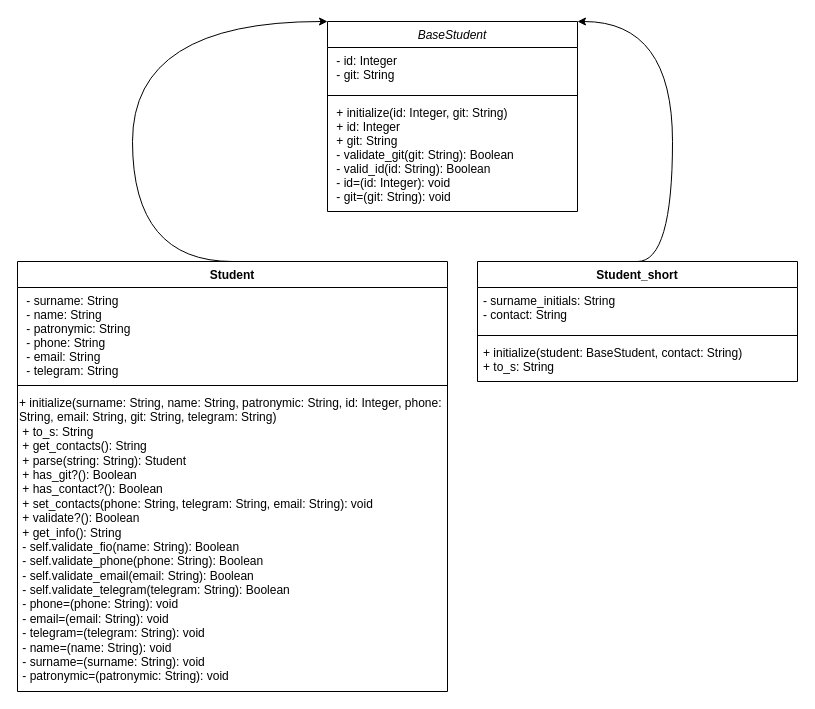
Earlier version of the draw.io diagram student/student class uml.drawio (Extrafly1/paterns-project). Source tidied: cells renumbered, new cells numbered last; positions are measured from the earlier drawing's top-left corner, leaving out a move shared by most shapes. Both pictures are drawn from the tidied source at 100%, with x=0, y=0 at pixel (17, 21).
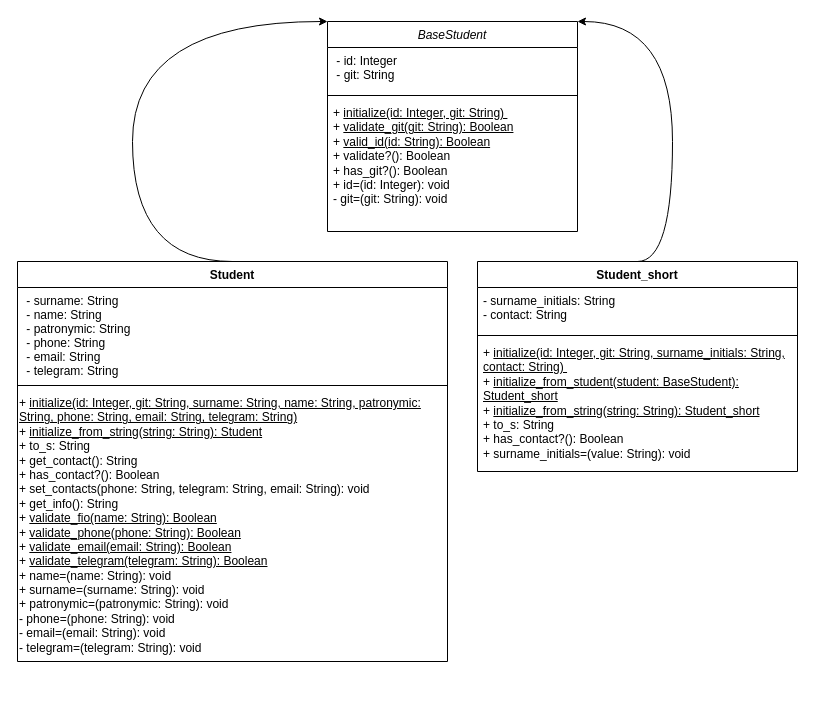
The same page after the edit.

The edit, as a diff of the source:
```diff
@@
 <mxGraphModel>
   <root>
     <mxCell id="0" />
     <mxCell id="1" parent="0" />
     <mxCell id="2" style="edgeStyle=orthogonalEdgeStyle;rounded=0;jettySize=auto;html=1;exitX=0;exitY=0;exitDx=0;exitDy=0;entryX=0.5;entryY=0;entryDx=0;entryDy=0;curved=1;startArrow=classic;startFill=1;endArrow=none;endFill=0;" parent="1" edge="1" source="4" target="8">
       <mxGeometry relative="1" as="geometry">
         <Array as="points">
           <mxPoint x="115" />
         </Array>
       </mxGeometry>
     </mxCell>
     <mxCell id="3" style="edgeStyle=orthogonalEdgeStyle;rounded=0;jettySize=auto;html=1;exitX=1;exitY=0;exitDx=0;exitDy=0;entryX=0.5;entryY=0;entryDx=0;entryDy=0;endArrow=none;endFill=0;curved=1;startArrow=classic;startFill=1;" parent="1" edge="1" source="4" target="12">
       <mxGeometry relative="1" as="geometry">
         <Array as="points">
           <mxPoint x="655" />
         </Array>
       </mxGeometry>
     </mxCell>
     <mxCell id="4" value="BaseStudent" style="swimlane;fontStyle=2;align=center;verticalAlign=top;horizontal=1;startSize=26;rounded=0;shadow=0;strokeWidth=1;" parent="1" vertex="1">
-      <mxGeometry x="310" width="250" height="190" as="geometry" />
+      <mxGeometry x="310" width="250" height="210" as="geometry" />
     </mxCell>
     <mxCell id="5" value=" - id: Integer  &#10; - git: String " style="text;align=left;verticalAlign=top;spacingLeft=4;spacingRight=4;overflow=hidden;" parent="4" vertex="1">
       <mxGeometry y="26" width="250" height="44" as="geometry" />
     </mxCell>
     <mxCell id="6" style="line;html=1;strokeWidth=1;align=left;verticalAlign=middle;spacingTop=-1;spacingLeft=3;spacingRight=3;labelPosition=right;" parent="4" vertex="1">
       <mxGeometry y="70" width="250" height="8" as="geometry" />
     </mxCell>
-    <mxCell id="7" value=" + initialize(id: Integer, git: String) &#10; + id: Integer    &#10; + git: String    &#10; - validate_git(git: String): Boolean    &#10; - valid_id(id: String): Boolean          &#10; - id=(id: Integer): void                 &#10; - git=(git: String): void " style="text;align=left;verticalAlign=top;spacingLeft=4;spacingRight=4;overflow=hidden;spacingBottom=0;" parent="4" vertex="1">
-      <mxGeometry y="78" width="250" height="112" as="geometry" />
-    </mxCell>
+    <mxCell id="16" value="&lt;span style=&quot;text-wrap: nowrap;&quot;&gt;+ &lt;u&gt;initialize(id: Integer, git: String)&amp;nbsp;&lt;/u&gt;&lt;/span&gt;&lt;br style=&quot;padding: 0px; margin: 0px; text-wrap: nowrap;&quot;&gt;&lt;span style=&quot;text-wrap: nowrap;&quot;&gt;+ &lt;u&gt;validate_git(git: String): Boolean&lt;/u&gt;&amp;nbsp; &amp;nbsp;&amp;nbsp;&lt;/span&gt;&lt;br style=&quot;padding: 0px; margin: 0px; text-wrap: nowrap;&quot;&gt;&lt;span style=&quot;text-wrap: nowrap;&quot;&gt;+ &lt;u&gt;valid_id(id: String): Boolean&lt;/u&gt;&amp;nbsp; &amp;nbsp; &amp;nbsp; &amp;nbsp; &amp;nbsp;&lt;/span&gt;&lt;br style=&quot;padding: 0px; margin: 0px; text-wrap: nowrap;&quot;&gt;&lt;span style=&quot;text-wrap: nowrap;&quot;&gt;+ validate?(): Boolean&amp;nbsp; &amp;nbsp; &amp;nbsp; &amp;nbsp; &amp;nbsp; &amp;nbsp; &amp;nbsp; &amp;nbsp; &amp;nbsp;&amp;nbsp;&lt;/span&gt;&lt;br style=&quot;padding: 0px; margin: 0px; text-wrap: nowrap;&quot;&gt;&lt;span style=&quot;text-wrap: nowrap;&quot;&gt;+ has_git?(): Boolean&amp;nbsp; &amp;nbsp; &amp;nbsp; &amp;nbsp; &amp;nbsp; &amp;nbsp; &amp;nbsp; &amp;nbsp; &amp;nbsp; &amp;nbsp;&lt;/span&gt;&lt;br style=&quot;padding: 0px; margin: 0px; text-wrap: nowrap;&quot;&gt;&lt;span style=&quot;text-wrap: nowrap;&quot;&gt;+ id=(id: Integer): void&amp;nbsp; &amp;nbsp; &amp;nbsp; &amp;nbsp; &amp;nbsp; &amp;nbsp; &amp;nbsp; &amp;nbsp;&amp;nbsp;&lt;/span&gt;&lt;br style=&quot;padding: 0px; margin: 0px; text-wrap: nowrap;&quot;&gt;&lt;span style=&quot;text-wrap: nowrap;&quot;&gt;- git=(git: String): void&lt;/span&gt;" style="text;strokeColor=none;fillColor=none;align=left;verticalAlign=top;spacingLeft=4;spacingRight=4;overflow=hidden;whiteSpace=wrap;html=1;" parent="4" vertex="1">
+      <mxGeometry y="78" width="250" height="112" as="geometry" />
+    </mxCell>
     <mxCell id="8" value="Student" style="swimlane;fontStyle=1;align=center;verticalAlign=top;horizontal=1;startSize=26;whiteSpace=wrap;html=1;" parent="1" vertex="1">
-      <mxGeometry y="240" width="430" height="430" as="geometry" />
+      <mxGeometry y="240" width="430" height="400" as="geometry" />
     </mxCell>
     <mxCell id="9" value=" - surname: String &#10; - name: String    &#10; - patronymic: String &#10; - phone: String   &#10; - email: String   &#10; - telegram: String " style="text;align=left;verticalAlign=top;spacingLeft=4;spacingRight=4;overflow=hidden;rounded=0;shadow=0;html=0;" parent="8" vertex="1">
       <mxGeometry y="26" width="430" height="94" as="geometry" />
     </mxCell>
     <mxCell id="10" style="line;strokeWidth=1;fillColor=none;align=left;verticalAlign=middle;spacingTop=-1;spacingLeft=3;spacingRight=3;labelPosition=right;strokeColor=inherit;" parent="8" vertex="1">
       <mxGeometry y="120" width="430" height="8" as="geometry" />
     </mxCell>
-    <mxCell id="11" value="+ initialize(surname: String, name: String, patronymic: String, id: Integer, phone: String, email: String, git: String, telegram: String)&amp;nbsp;&lt;br style=&quot;padding: 0px; margin: 0px;&quot;&gt;&amp;nbsp;+ to_s: String&amp;nbsp; &amp;nbsp;&amp;nbsp;&lt;br style=&quot;padding: 0px; margin: 0px;&quot;&gt;&amp;nbsp;+ get_contacts(): String&amp;nbsp;&lt;br style=&quot;padding: 0px; margin: 0px;&quot;&gt;&amp;nbsp;+ parse(string: String): Student&amp;nbsp;&lt;br style=&quot;padding: 0px; margin: 0px;&quot;&gt;&amp;nbsp;+ has_git?(): Boolean&amp;nbsp;&lt;br style=&quot;padding: 0px; margin: 0px;&quot;&gt;&amp;nbsp;+ has_contact?(): Boolean&amp;nbsp;&lt;br style=&quot;padding: 0px; margin: 0px;&quot;&gt;&amp;nbsp;+ set_contacts(phone: String, telegram: String, email: String): void&amp;nbsp;&lt;br style=&quot;padding: 0px; margin: 0px;&quot;&gt;&amp;nbsp;+ validate?(): Boolean&amp;nbsp;&lt;br style=&quot;padding: 0px; margin: 0px;&quot;&gt;&amp;nbsp;+ get_info(): String&amp;nbsp;&lt;div&gt;&amp;nbsp;- self.validate_fio(name: String): Boolean&amp;nbsp;&lt;br style=&quot;padding: 0px; margin: 0px;&quot;&gt;&amp;nbsp;- self.validate_phone(phone: String): Boolean&amp;nbsp;&lt;br style=&quot;padding: 0px; margin: 0px;&quot;&gt;&amp;nbsp;- self.validate_email(email: String): Boolean&amp;nbsp;&lt;br style=&quot;padding: 0px; margin: 0px;&quot;&gt;&amp;nbsp;- self.validate_telegram(telegram: String): Boolean&amp;nbsp;&lt;br style=&quot;padding: 0px; margin: 0px;&quot;&gt;&amp;nbsp;- phone=(phone: String): void&amp;nbsp;&lt;br style=&quot;padding: 0px; margin: 0px;&quot;&gt;&amp;nbsp;- email=(email: String): void&amp;nbsp;&lt;br style=&quot;padding: 0px; margin: 0px;&quot;&gt;&amp;nbsp;- telegram=(telegram: String): void&amp;nbsp;&lt;br style=&quot;padding: 0px; margin: 0px;&quot;&gt;&amp;nbsp;- name=(name: String): void&amp;nbsp;&lt;br style=&quot;padding: 0px; margin: 0px;&quot;&gt;&amp;nbsp;- surname=(surname: String): void&amp;nbsp;&lt;br style=&quot;padding: 0px; margin: 0px;&quot;&gt;&amp;nbsp;- patronymic=(patronymic: String): void&lt;br&gt;&lt;/div&gt;" style="text;whiteSpace=wrap;html=1;" parent="8" vertex="1">
-      <mxGeometry y="128" width="430" height="302" as="geometry" />
+    <mxCell id="11" value="&lt;div&gt;&lt;div&gt;+ &lt;u&gt;initialize(id: Integer, git: String, surname: String, name: String, patronymic: String, phone: String, email: String, telegram: String)&lt;/u&gt;&amp;nbsp;&lt;/div&gt;&lt;div&gt;+ &lt;u&gt;initialize_from_string(string: String): Student&lt;/u&gt;&amp;nbsp;&lt;/div&gt;&lt;div&gt;+ to_s: String&amp;nbsp; &amp;nbsp; &amp;nbsp;&amp;nbsp;&lt;/div&gt;&lt;div&gt;+ get_contact(): String&amp;nbsp;&lt;/div&gt;&lt;div&gt;+ has_contact?(): Boolean&amp;nbsp;&lt;/div&gt;&lt;div&gt;+ set_contacts(phone: String, telegram: String, email: String): void&amp;nbsp;&lt;/div&gt;&lt;div&gt;+ get_info(): String&amp;nbsp;&lt;/div&gt;&lt;div&gt;+ &lt;u&gt;validate_fio(name: String): Boolean&lt;/u&gt;&amp;nbsp;&lt;/div&gt;&lt;div&gt;+ &lt;u&gt;validate_phone(phone: String): Boolean&lt;/u&gt;&amp;nbsp;&lt;/div&gt;&lt;div&gt;+ &lt;u&gt;validate_email(email: String): Boolean&lt;/u&gt;&amp;nbsp;&lt;/div&gt;&lt;div&gt;+ &lt;u&gt;validate_telegram(telegram: String): Boolean&lt;/u&gt;&amp;nbsp;&lt;/div&gt;&lt;div&gt;+ name=(name: String): void&amp;nbsp;&lt;/div&gt;&lt;div&gt;+ surname=(surname: String): void&amp;nbsp;&lt;/div&gt;&lt;div&gt;+ patronymic=(patronymic: String): void&amp;nbsp;&lt;/div&gt;&lt;div&gt;- phone=(phone: String): void&amp;nbsp;&lt;/div&gt;&lt;div&gt;- email=(email: String): void&amp;nbsp;&lt;/div&gt;&lt;div&gt;- telegram=(telegram: String): void&lt;/div&gt;&lt;/div&gt;" style="text;whiteSpace=wrap;html=1;" parent="8" vertex="1">
+      <mxGeometry y="128" width="430" height="272" as="geometry" />
     </mxCell>
     <mxCell id="12" value="Student_short" style="swimlane;fontStyle=1;align=center;verticalAlign=top;horizontal=1;startSize=26;whiteSpace=wrap;html=1;" parent="1" vertex="1">
-      <mxGeometry x="460" y="240" width="320" height="120" as="geometry" />
+      <mxGeometry x="460" y="240" width="320" height="210" as="geometry" />
     </mxCell>
     <mxCell id="13" value="- surname_initials: String&lt;div&gt;- contact: String&lt;br&gt;&lt;/div&gt;" style="text;strokeColor=none;fillColor=none;align=left;verticalAlign=top;spacingLeft=4;spacingRight=4;overflow=hidden;whiteSpace=wrap;html=1;" parent="12" vertex="1">
       <mxGeometry y="26" width="320" height="44" as="geometry" />
     </mxCell>
     <mxCell id="14" style="line;strokeWidth=1;fillColor=none;align=left;verticalAlign=middle;spacingTop=-1;spacingLeft=3;spacingRight=3;labelPosition=right;strokeColor=inherit;" parent="12" vertex="1">
       <mxGeometry y="70" width="320" height="8" as="geometry" />
     </mxCell>
-    <mxCell id="15" value="+ initialize(student: BaseStudent, contact: String)&lt;br style=&quot;padding: 0px; margin: 0px;&quot;&gt;+ to_s: String" style="text;strokeColor=none;fillColor=none;align=left;verticalAlign=top;spacingLeft=4;spacingRight=4;overflow=hidden;whiteSpace=wrap;html=1;" parent="12" vertex="1">
-      <mxGeometry y="78" width="320" height="42" as="geometry" />
+    <mxCell id="15" value="&lt;div&gt;+ &lt;u&gt;initialize(id: Integer, git: String, surname_initials: String, contact: String)&amp;nbsp;&lt;/u&gt;&lt;/div&gt;&lt;div&gt;+ &lt;u&gt;initialize_from_student(student: BaseStudent): Student_short&lt;/u&gt;&amp;nbsp;&lt;/div&gt;&lt;div&gt;+ &lt;u&gt;initialize_from_string(string: String): Student_short&lt;/u&gt;&amp;nbsp;&lt;/div&gt;&lt;div&gt;+ to_s: String&amp;nbsp; &amp;nbsp; &amp;nbsp;&amp;nbsp;&lt;/div&gt;&lt;div&gt;+ has_contact?(): Boolean&amp;nbsp;&lt;/div&gt;&lt;div&gt;+ surname_initials=(value: String): void&amp;nbsp;&lt;/div&gt;" style="text;strokeColor=none;fillColor=none;align=left;verticalAlign=top;spacingLeft=4;spacingRight=4;overflow=hidden;whiteSpace=wrap;html=1;" parent="12" vertex="1">
+      <mxGeometry y="78" width="320" height="132" as="geometry" />
     </mxCell>
   </root>
 </mxGraphModel>
```
